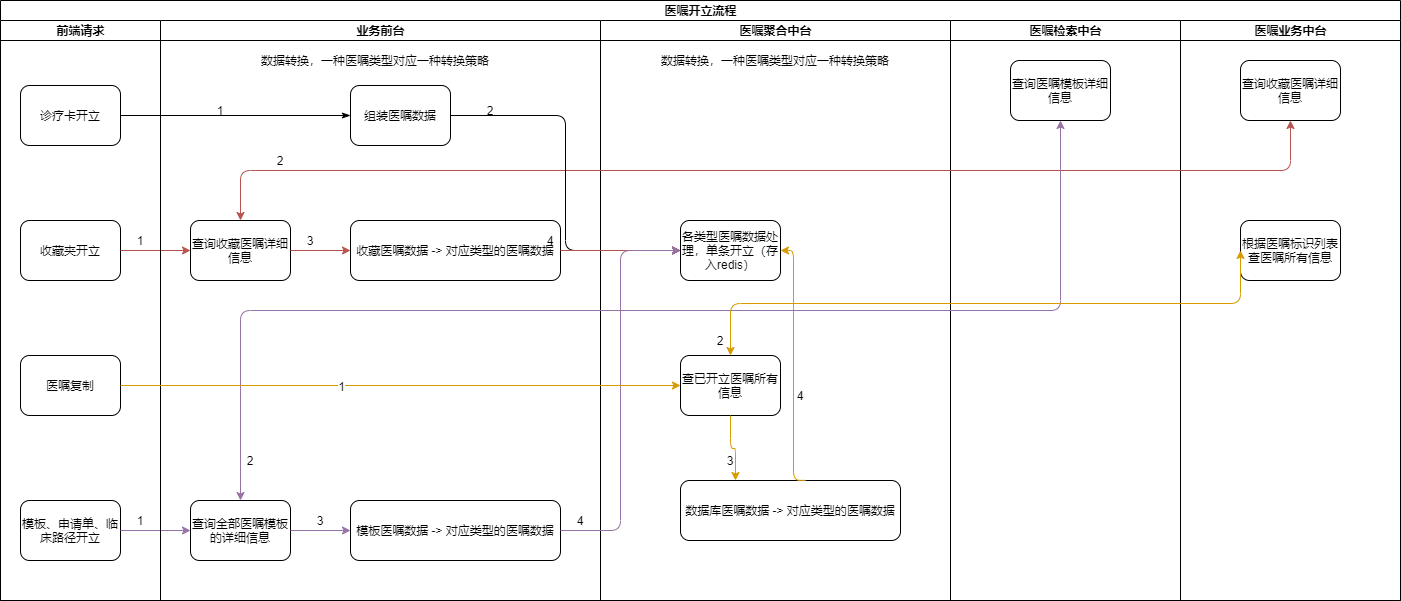
Before: 医嘱开立流程.png, a diagram exported from draw.io (qkf5811/workspace). Source tidied: cells renumbered, new cells last; positions are measured from the earlier drawing's top-left corner, leaving out a move shared by most shapes.
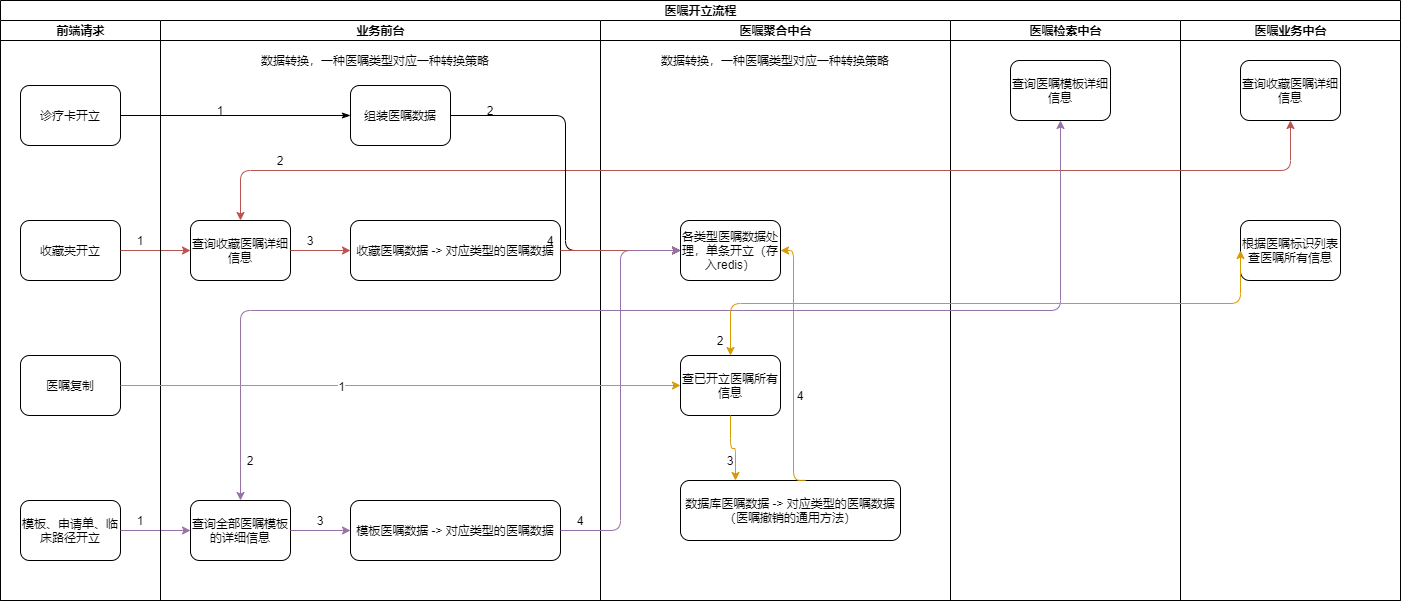
The same diagram one commit later.

Commit message:
Update 医嘱开立流程.png

What changed in the source:
```diff
@@ -95,7 +95,7 @@
     <mxCell id="32" value="查已开立医嘱所有信息" style="rounded=1;whiteSpace=wrap;html=1;" parent="30" vertex="1">
       <mxGeometry x="80" y="335" width="100" height="60" as="geometry" />
     </mxCell>
-    <mxCell id="33" value="数据库医嘱数据 -&amp;gt; 对应类型的医嘱数据" style="rounded=1;whiteSpace=wrap;html=1;" parent="30" vertex="1">
+    <mxCell id="33" value="数据库医嘱数据 -&amp;gt; 对应类型的医嘱数据&lt;br&gt;（医嘱撤销的通用方法）" style="rounded=1;whiteSpace=wrap;html=1;" parent="30" vertex="1">
       <mxGeometry x="80" y="460" width="220" height="60" as="geometry" />
     </mxCell>
     <mxCell id="34" style="endArrow=classic;html=1;fontSize=12;exitX=0.5;exitY=1;exitDx=0;exitDy=0;entryX=0.25;entryY=0;entryDx=0;entryDy=0;edgeStyle=elbowEdgeStyle;elbow=vertical;fillColor=#ffe6cc;strokeColor=#d79b00;" parent="30" edge="1" source="32" target="33">
```
